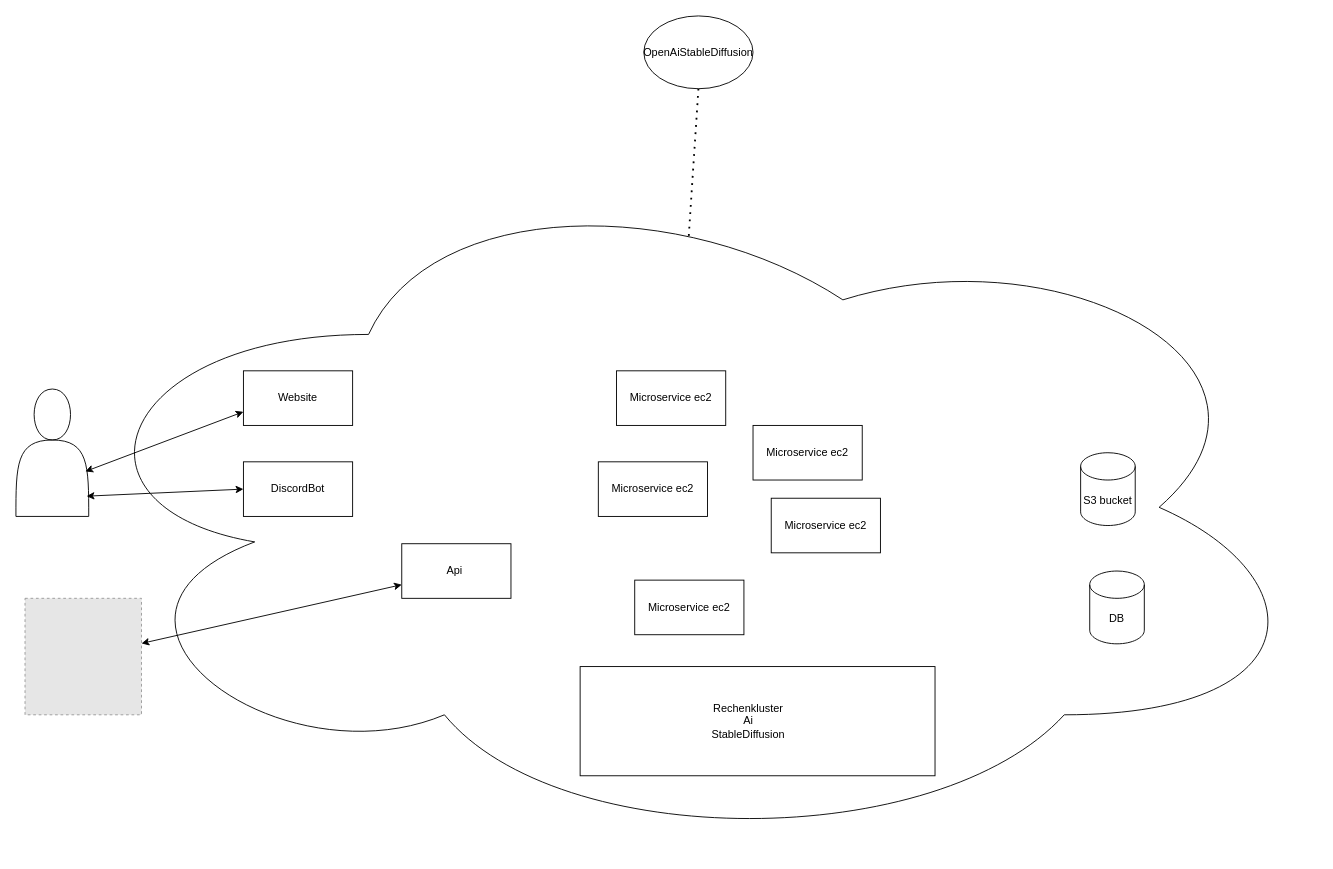
Earlier version of the draw.io diagram Overview.drawio (rothexD/AdvancedModeling). Source tidied: cells renumbered, new cells numbered last; positions are measured from the earlier drawing's top-left corner, leaving out a move shared by most shapes. Both pictures are drawn from the tidied source at 91%, with x=0, y=0 at pixel (15, 15). Pictures stored in the file or linked from it are replaced by grey dashed boxes.
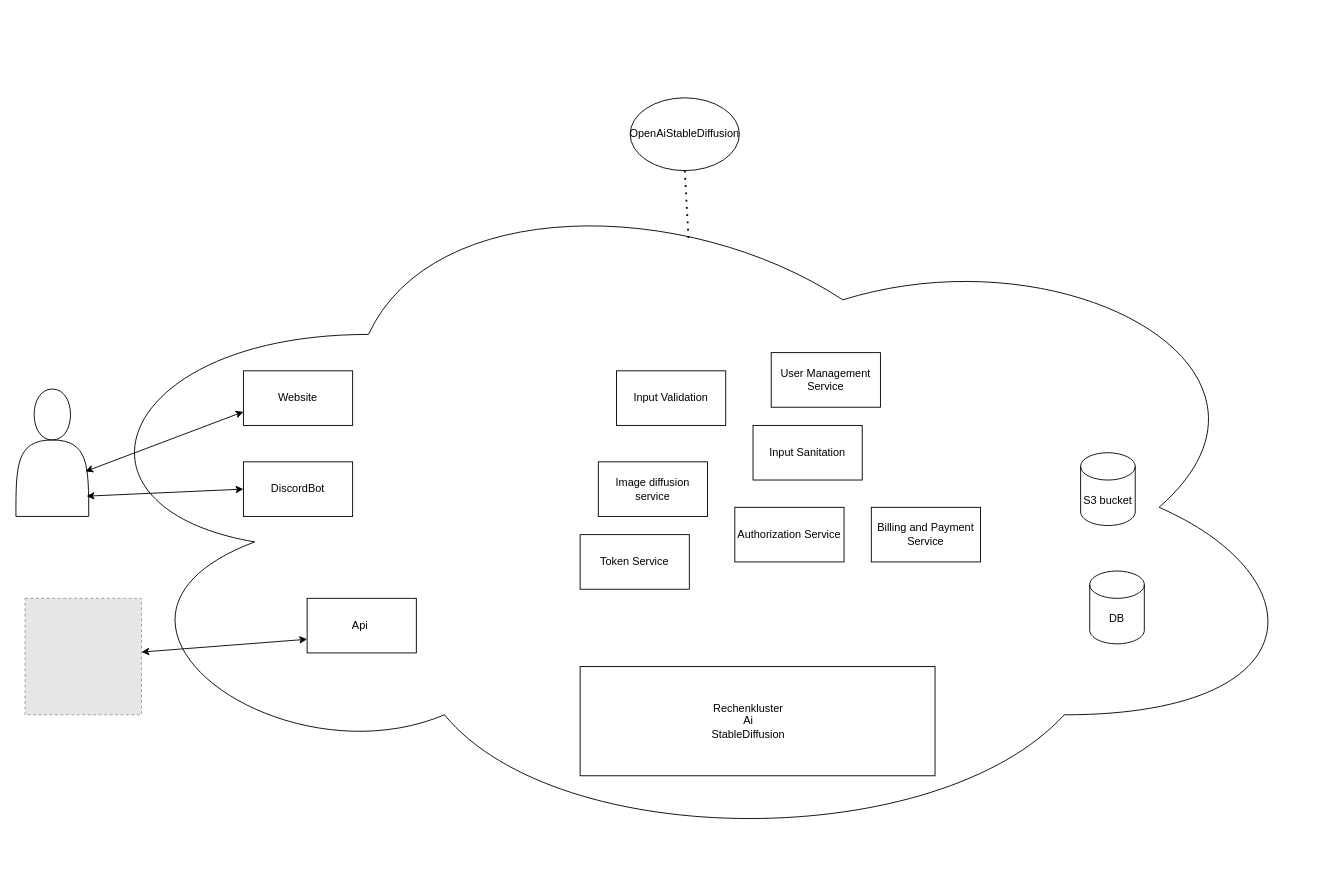
After the change.

What changed in the source:
```diff
@@
-    <mxCell id="7" value="Microservice ec2" style="rounded=0;whiteSpace=wrap;html=1;" parent="1" vertex="1">
+    <mxCell id="7" value="Image diffusion service" style="rounded=0;whiteSpace=wrap;html=1;" parent="1" vertex="1">
       <mxGeometry x="640" y="490" width="120" height="60" as="geometry" />
     </mxCell>
-    <mxCell id="8" value="Microservice ec2" style="rounded=0;whiteSpace=wrap;html=1;" parent="1" vertex="1">
-      <mxGeometry x="830" y="530" width="120" height="60" as="geometry" />
-    </mxCell>
-    <mxCell id="9" value="Microservice ec2" style="rounded=0;whiteSpace=wrap;html=1;" parent="1" vertex="1">
+    <mxCell id="9" value="Input Sanitation" style="rounded=0;whiteSpace=wrap;html=1;" parent="1" vertex="1">
       <mxGeometry x="810" y="450" width="120" height="60" as="geometry" />
     </mxCell>
-    <mxCell id="10" value="Microservice ec2" style="rounded=0;whiteSpace=wrap;html=1;" parent="1" vertex="1">
-      <mxGeometry x="680" y="620" width="120" height="60" as="geometry" />
-    </mxCell>
@@
     <mxCell id="13" value="Api&amp;nbsp;" style="rounded=0;whiteSpace=wrap;html=1;" parent="1" vertex="1">
-      <mxGeometry x="424" y="580" width="120" height="60" as="geometry" />
+      <mxGeometry x="320" y="640" width="120" height="60" as="geometry" />
     </mxCell>
@@
     <mxCell id="19" value="OpenAiStableDiffusion" style="ellipse;whiteSpace=wrap;html=1;" parent="1" vertex="1">
-      <mxGeometry x="690" width="120" height="80" as="geometry" />
+      <mxGeometry x="675" y="90" width="120" height="80" as="geometry" />
     </mxCell>
@@
-    <mxCell id="21" value="Microservice ec2" style="rounded=0;whiteSpace=wrap;html=1;" parent="1" vertex="1">
+    <mxCell id="21" value="Input Validation" style="rounded=0;whiteSpace=wrap;html=1;" parent="1" vertex="1">
       <mxGeometry x="660" y="390" width="120" height="60" as="geometry" />
     </mxCell>
+    <mxCell id="22" value="Authorization Service" style="rounded=0;whiteSpace=wrap;html=1;" parent="1" vertex="1">
+      <mxGeometry x="790" y="540" width="120" height="60" as="geometry" />
+    </mxCell>
+    <mxCell id="23" value="Token Service" style="rounded=0;whiteSpace=wrap;html=1;" parent="1" vertex="1">
+      <mxGeometry x="620" y="570" width="120" height="60" as="geometry" />
+    </mxCell>
+    <mxCell id="24" value="User Management Service" style="rounded=0;whiteSpace=wrap;html=1;" parent="1" vertex="1">
+      <mxGeometry x="830" y="370" width="120" height="60" as="geometry" />
+    </mxCell>
+    <mxCell id="25" value="Billing and Payment Service" style="rounded=0;whiteSpace=wrap;html=1;" parent="1" vertex="1">
+      <mxGeometry x="940" y="540" width="120" height="60" as="geometry" />
+    </mxCell>
```
